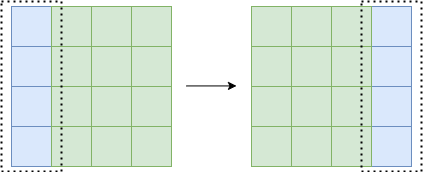
Earlier version of the draw.io export thesis/ch3/移位示意图.drawio.png (guxdong/imgrepo). Source tidied: cells renumbered, new cells last; positions are measured from the earlier drawing's top-left corner, leaving out a move shared by most shapes.
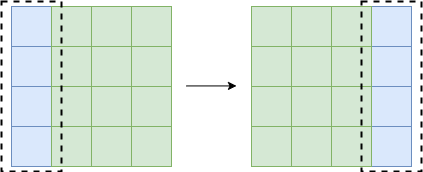
After the commit.

Commit message:
更新移位示意图.drawio.png

Diff of the diagram source:
```diff
@@ -104,10 +104,10 @@
         <mxPoint x="235" y="84.4" as="targetPoint" />
       </mxGeometry>
     </mxCell>
-    <mxCell id="35" style="rounded=0;whiteSpace=wrap;html=1;fillColor=none;dashed=1;strokeWidth=2;dashPattern=1 2;strokeColor=#000000;" parent="1" vertex="1">
+    <mxCell id="35" style="rounded=0;whiteSpace=wrap;html=1;fillColor=none;dashed=1;strokeWidth=2;strokeColor=#000000;" parent="1" vertex="1">
       <mxGeometry width="60" height="170" as="geometry" />
     </mxCell>
-    <mxCell id="36" style="rounded=0;whiteSpace=wrap;html=1;fillColor=none;dashed=1;strokeWidth=2;dashPattern=1 2;strokeColor=#000000;" parent="1" vertex="1">
+    <mxCell id="36" style="rounded=0;whiteSpace=wrap;html=1;fillColor=none;dashed=1;strokeWidth=2;strokeColor=#000000;" parent="1" vertex="1">
       <mxGeometry x="360" width="60" height="170" as="geometry" />
     </mxCell>
   </root>
```
